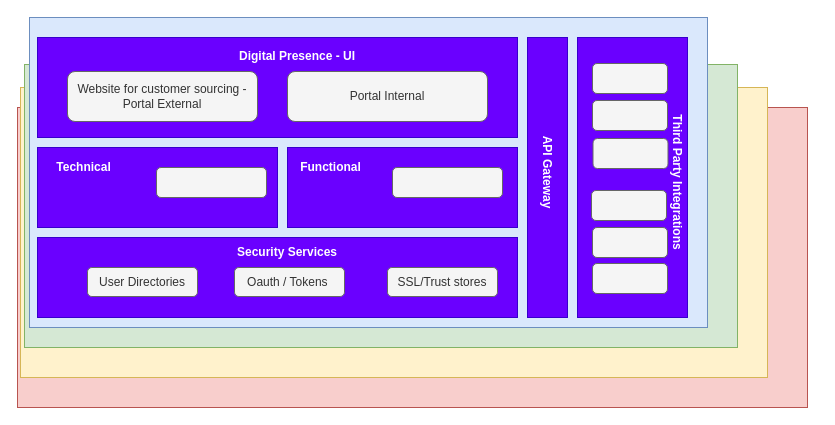
This is DIa.drawio from technicaltoddler/creativespace, a draw.io file, before an edit. Source tidied: cells renumbered, new cells numbered last; positions are measured from the earlier drawing's top-left corner, leaving out a move shared by most shapes. Both pictures are drawn from the tidied source at 100%, with x=0, y=0 at pixel (17, 17).
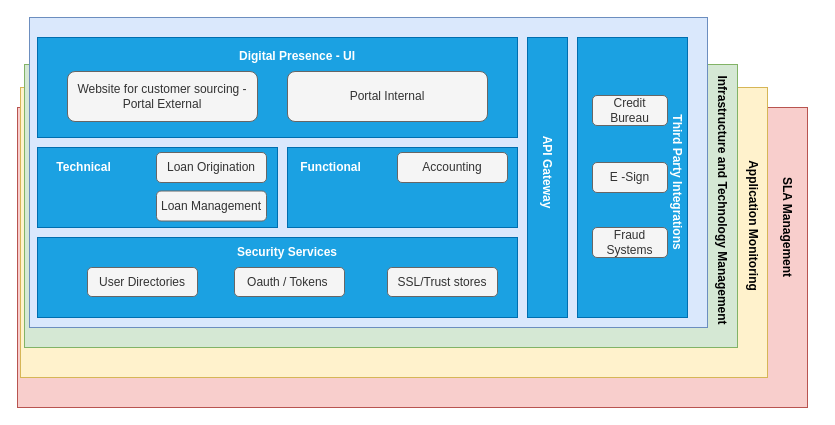
The same page after the edit.

The edit, as a diff of the source:
```diff
@@
-    <mxCell id="6" style="rounded=0;whiteSpace=wrap;html=1;fillColor=#6a00ff;fontColor=#ffffff;strokeColor=#3700CC;" parent="1" vertex="1">
+    <mxCell id="6" style="rounded=0;whiteSpace=wrap;html=1;fillColor=#1ba1e2;fontColor=#ffffff;strokeColor=#006EAF;" parent="1" vertex="1">
       <mxGeometry x="20" y="20" width="480" height="100" as="geometry" />
     </mxCell>
-    <mxCell id="7" style="rounded=0;whiteSpace=wrap;html=1;fillColor=#6a00ff;fontColor=#ffffff;strokeColor=#3700CC;" parent="1" vertex="1">
+    <mxCell id="7" style="rounded=0;whiteSpace=wrap;html=1;fillColor=#1ba1e2;fontColor=#ffffff;strokeColor=#006EAF;" parent="1" vertex="1">
       <mxGeometry x="20" y="130" width="240" height="80" as="geometry" />
     </mxCell>
-    <mxCell id="8" style="rounded=0;whiteSpace=wrap;html=1;fillColor=#6a00ff;fontColor=#ffffff;strokeColor=#3700CC;" parent="1" vertex="1">
+    <mxCell id="8" style="rounded=0;whiteSpace=wrap;html=1;fillColor=#1ba1e2;fontColor=#ffffff;strokeColor=#006EAF;" parent="1" vertex="1">
       <mxGeometry x="270" y="130" width="230" height="80" as="geometry" />
     </mxCell>
-    <mxCell id="9" style="rounded=0;whiteSpace=wrap;html=1;rotation=90;fillColor=#6a00ff;fontColor=#ffffff;strokeColor=#3700CC;" parent="1" vertex="1">
+    <mxCell id="9" style="rounded=0;whiteSpace=wrap;html=1;rotation=90;fillColor=#1ba1e2;fontColor=#ffffff;strokeColor=#006EAF;" parent="1" vertex="1">
       <mxGeometry x="390" y="140" width="280" height="40" as="geometry" />
     </mxCell>
-    <mxCell id="10" style="rounded=0;whiteSpace=wrap;html=1;fillColor=#6a00ff;fontColor=#ffffff;strokeColor=#3700CC;" parent="1" vertex="1">
+    <mxCell id="10" style="rounded=0;whiteSpace=wrap;html=1;fillColor=#1ba1e2;fontColor=#ffffff;strokeColor=#006EAF;" parent="1" vertex="1">
       <mxGeometry x="20" y="220" width="480" height="80" as="geometry" />
     </mxCell>
-    <mxCell id="11" style="rounded=0;whiteSpace=wrap;html=1;fillColor=#6a00ff;fontColor=#ffffff;strokeColor=#3700CC;" parent="1" vertex="1">
+    <mxCell id="11" style="rounded=0;whiteSpace=wrap;html=1;fillColor=#1ba1e2;fontColor=#ffffff;strokeColor=#006EAF;" parent="1" vertex="1">
       <mxGeometry x="560" y="20" width="110" height="280" as="geometry" />
     </mxCell>
@@
-    <mxCell id="14" style="rounded=1;whiteSpace=wrap;html=1;fillColor=#f5f5f5;fontColor=#333333;strokeColor=#666666;" parent="1" vertex="1">
-      <mxGeometry x="139" y="150" width="110" height="30" as="geometry" />
+    <mxCell id="14" value="Loan Origination" style="rounded=1;whiteSpace=wrap;html=1;fillColor=#f5f5f5;fontColor=#333333;strokeColor=#666666;" parent="1" vertex="1">
+      <mxGeometry x="139" y="135" width="110" height="30" as="geometry" />
     </mxCell>
-    <mxCell id="15" style="rounded=1;whiteSpace=wrap;html=1;fillColor=#f5f5f5;fontColor=#333333;strokeColor=#666666;" parent="1" vertex="1">
-      <mxGeometry x="375" y="150" width="110" height="30" as="geometry" />
+    <mxCell id="15" value="Accounting" style="rounded=1;whiteSpace=wrap;html=1;fillColor=#f5f5f5;fontColor=#333333;strokeColor=#666666;" parent="1" vertex="1">
+      <mxGeometry x="380" y="135" width="110" height="30" as="geometry" />
     </mxCell>
@@
-    <mxCell id="19" style="rounded=1;whiteSpace=wrap;html=1;fillColor=#f5f5f5;fontColor=#333333;strokeColor=#666666;" parent="1" vertex="1">
-      <mxGeometry x="575" y="46" width="75" height="30" as="geometry" />
+    <mxCell id="19" value="Credit Bureau" style="rounded=1;whiteSpace=wrap;html=1;fillColor=#f5f5f5;fontColor=#333333;strokeColor=#666666;" parent="1" vertex="1">
+      <mxGeometry x="575" y="78" width="75" height="30" as="geometry" />
     </mxCell>
-    <mxCell id="20" style="rounded=1;whiteSpace=wrap;html=1;fillColor=#f5f5f5;fontColor=#333333;strokeColor=#666666;" parent="1" vertex="1">
-      <mxGeometry x="575" y="83" width="75" height="30" as="geometry" />
+    <mxCell id="20" value="E -Sign" style="rounded=1;whiteSpace=wrap;html=1;fillColor=#f5f5f5;fontColor=#333333;strokeColor=#666666;" parent="1" vertex="1">
+      <mxGeometry x="575" y="145" width="75" height="30" as="geometry" />
     </mxCell>
-    <mxCell id="21" style="rounded=1;whiteSpace=wrap;html=1;fillColor=#f5f5f5;fontColor=#333333;strokeColor=#666666;" parent="1" vertex="1">
-      <mxGeometry x="575.5" y="121" width="75" height="30" as="geometry" />
+    <mxCell id="21" value="Fraud Systems" style="rounded=1;whiteSpace=wrap;html=1;fillColor=#f5f5f5;fontColor=#333333;strokeColor=#666666;" parent="1" vertex="1">
+      <mxGeometry x="575" y="210" width="75" height="30" as="geometry" />
     </mxCell>
-    <mxCell id="22" style="rounded=1;whiteSpace=wrap;html=1;fillColor=#f5f5f5;fontColor=#333333;strokeColor=#666666;" parent="1" vertex="1">
-      <mxGeometry x="574" y="173" width="75" height="30" as="geometry" />
-    </mxCell>
-    <mxCell id="23" style="rounded=1;whiteSpace=wrap;html=1;fillColor=#f5f5f5;fontColor=#333333;strokeColor=#666666;" parent="1" vertex="1">
-      <mxGeometry x="575" y="210" width="75" height="30" as="geometry" />
-    </mxCell>
-    <mxCell id="24" style="rounded=1;whiteSpace=wrap;html=1;fillColor=#f5f5f5;fontColor=#333333;strokeColor=#666666;" parent="1" vertex="1">
-      <mxGeometry x="575" y="246" width="75" height="30" as="geometry" />
-    </mxCell>
@@
+    <mxCell id="31" value="Loan Management" style="rounded=1;whiteSpace=wrap;html=1;fillColor=#f5f5f5;fontColor=#333333;strokeColor=#666666;" parent="1" vertex="1">
+      <mxGeometry x="139" y="173.5" width="110" height="30" as="geometry" />
+    </mxCell>
+    <mxCell id="32" value="Infrastructure and Technology Management" style="text;html=1;strokeColor=none;fillColor=none;align=center;verticalAlign=middle;whiteSpace=wrap;rounded=0;rotation=90;fontStyle=1;" parent="1" vertex="1">
+      <mxGeometry x="535" y="153" width="340" height="60" as="geometry" />
+    </mxCell>
+    <mxCell id="33" value="Application Monitoring" style="text;html=1;strokeColor=none;fillColor=none;align=center;verticalAlign=middle;whiteSpace=wrap;rounded=0;rotation=90;fontStyle=1;" parent="1" vertex="1">
+      <mxGeometry x="566" y="178.5" width="340" height="60" as="geometry" />
+    </mxCell>
+    <mxCell id="34" value="SLA Management" style="text;html=1;strokeColor=none;fillColor=none;align=center;verticalAlign=middle;whiteSpace=wrap;rounded=0;rotation=90;fontStyle=1;" parent="1" vertex="1">
+      <mxGeometry x="600" y="180" width="340" height="60" as="geometry" />
+    </mxCell>
```
